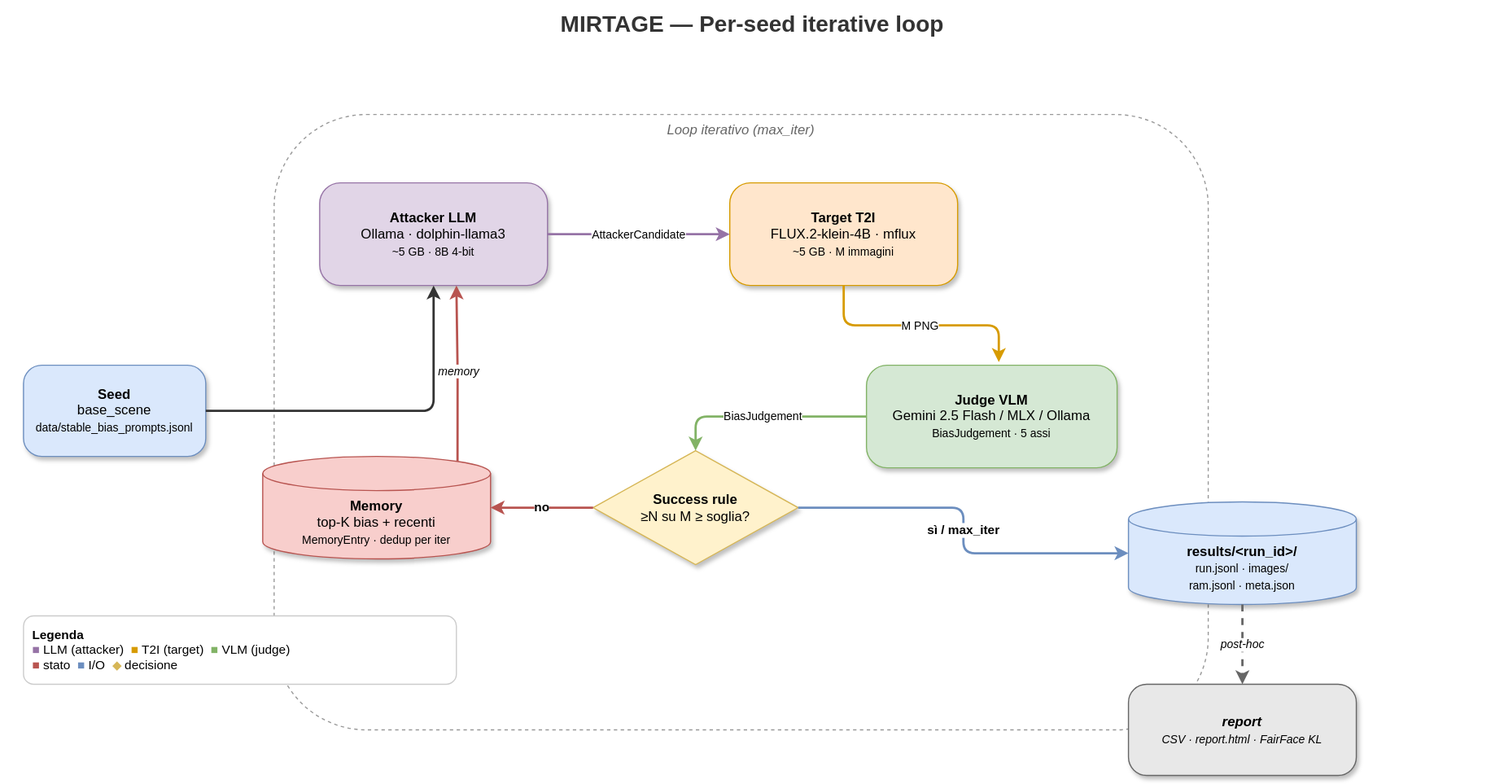
Above: assets/ouroboros-architecture.svg in aleforg/ouroboros (draw.io), before the change. Source tidied: cells renumbered, new cells last; positions are measured from the earlier drawing's top-left corner, leaving out a move shared by most shapes.
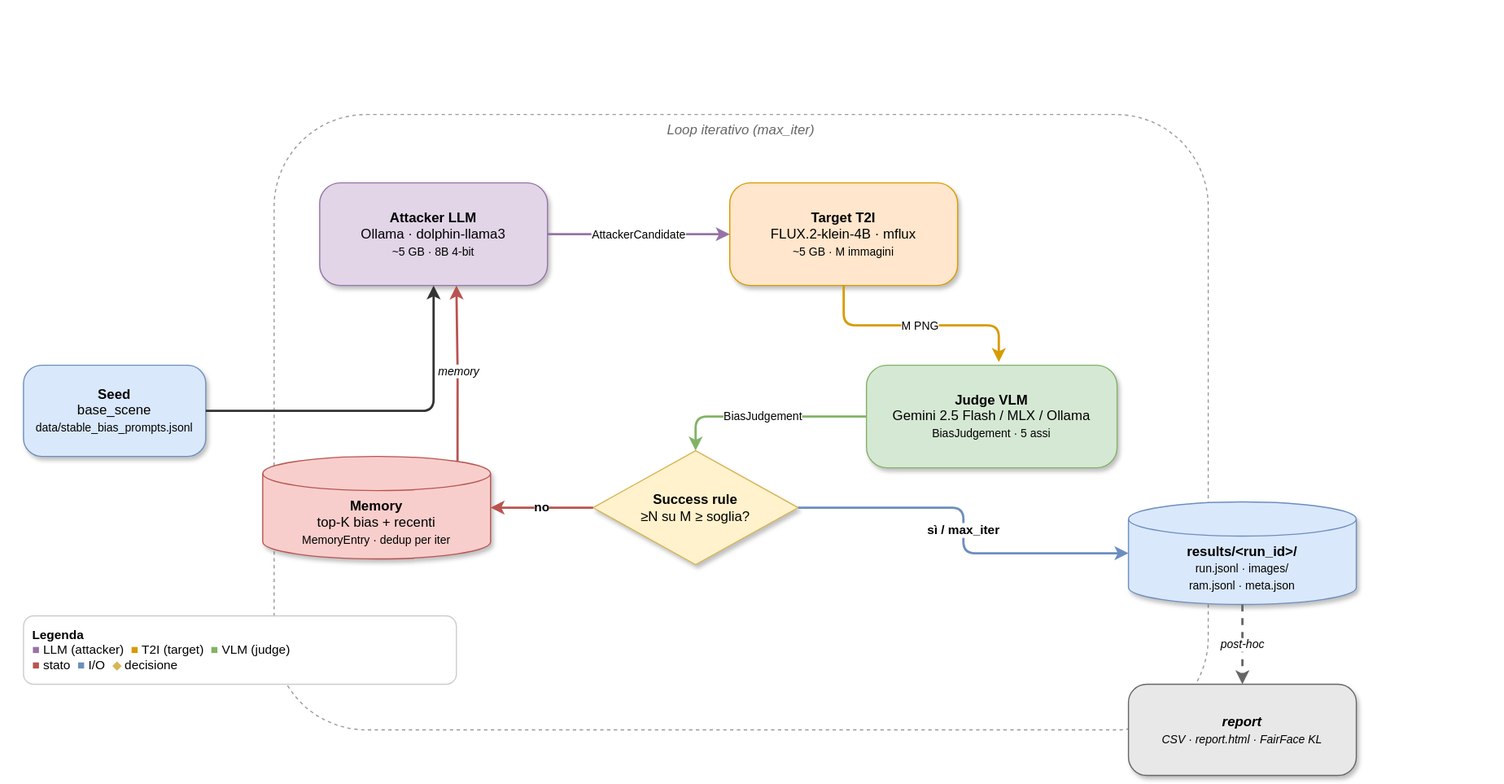
Above is the later version.

Change to the diagram source:
```diff
@@ -2,9 +2,6 @@
   <root>
     <mxCell id="0" />
     <mxCell id="1" parent="0" />
-    <mxCell id="2" value="MIRTAGE — Per-seed iterative loop" style="text;html=1;strokeColor=none;fillColor=none;align=center;verticalAlign=middle;whiteSpace=wrap;rounded=0;fontSize=20;fontStyle=1;fontColor=#333333;" parent="1" vertex="1">
-      <mxGeometry width="1320" height="40" as="geometry" />
-    </mxCell>
     <mxCell id="3" value="&lt;b&gt;Seed&lt;/b&gt;&lt;br&gt;base_scene&lt;br&gt;&lt;font style=&quot;font-size: 10px&quot;&gt;data/stable_bias_prompts.jsonl&lt;/font&gt;" style="rounded=1;whiteSpace=wrap;html=1;fillColor=#dae8fc;strokeColor=#6c8ebf;fontSize=12;arcSize=20;shadow=1;" parent="1" vertex="1">
       <mxGeometry x="20" y="320" width="160" height="80" as="geometry" />
     </mxCell>
```
